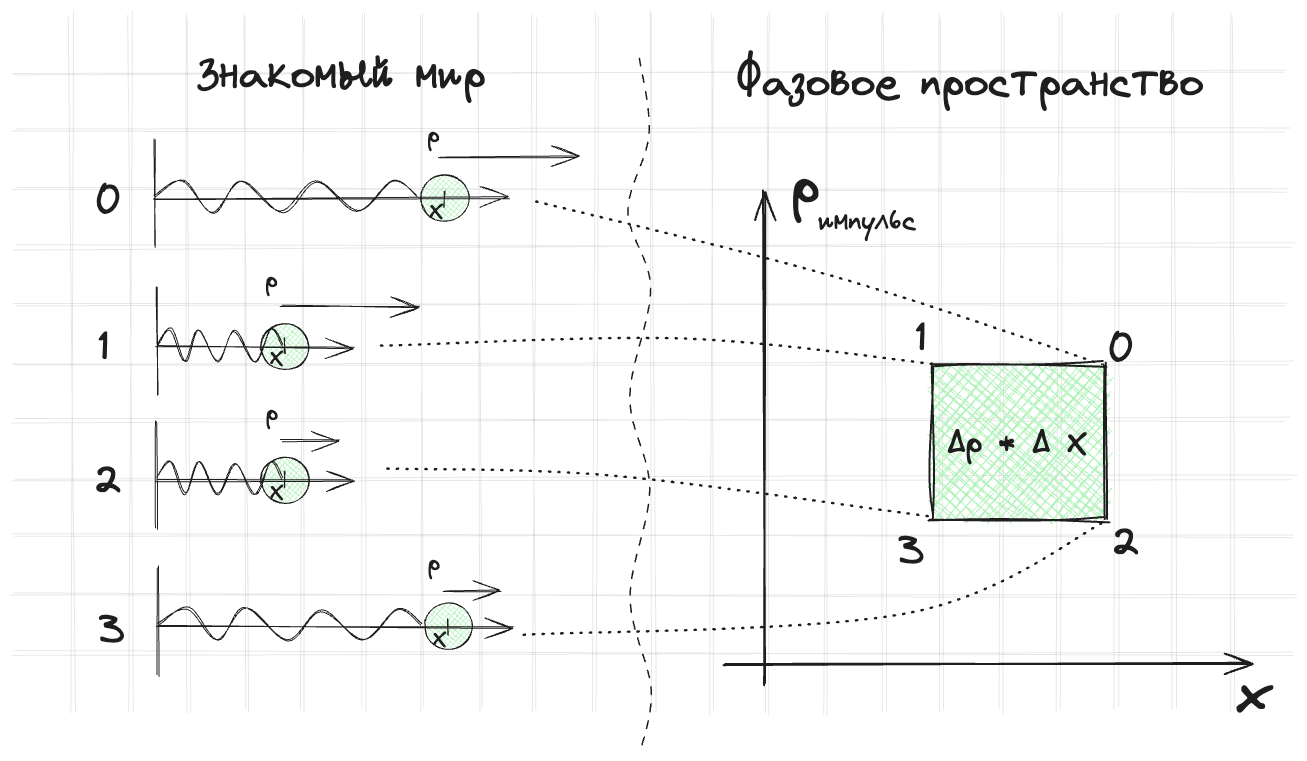
Above: assets/images/numerical_method/liouville.excalidraw.png in kozakromch/game_physics_2 (Excalidraw), before the change. Source tidied: one line per element, renumbered; positions are measured from the earlier drawing's top-left corner, leaving out a move shared by most shapes.
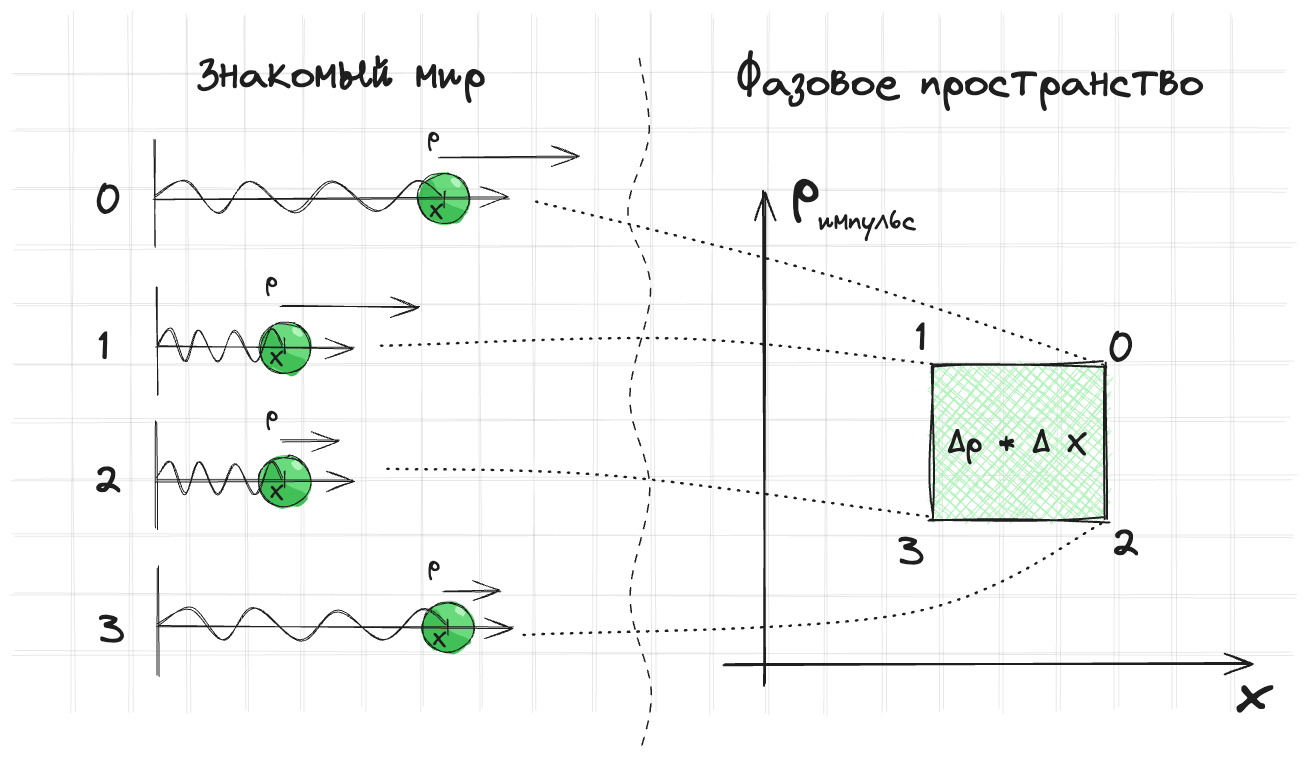
The same file after the commit.

Diff of the diagram source:
```diff
@@ -1,20 +1,24 @@
+{"id": 86, "type": "ellipse", "strokeColor": "transparent", "angle": 4.84, "backgroundColor": "#69db7c", "fillStyle": "solid", "strokeWidth": 1, "roughness": 1, "x": 695, "y": 123, "width": 52, "height": 52}
+{"id": 87, "type": "line", "strokeColor": "transparent", "angle": 0.53, "backgroundColor": "#40c057", "fillStyle": "solid", "strokeWidth": 1, "roughness": 1, "round": true, "x": 714, "y": 173, "width": 51, "height": 35, "points": [[0, 0], [-9, -2], [-15, -7], [-20, -15], [-22, -26], [-17, -35], [3, -21], [26, -25], [29, -22], [26, -13], [21, -6], [12, -1], [0, 0]]}
+{"id": 88, "type": "ellipse", "strokeColor": "transparent", "angle": 0.7, "backgroundColor": "#b2f2bb", "fillStyle": "solid", "strokeWidth": 1, "roughness": 1, "round": true, "x": 727, "y": 130, "width": 12, "height": 7}
+{"id": 89, "type": "ellipse", "strokeColor": "#1e1e1e", "strokeWidth": 1, "roughness": 1, "round": true, "x": 694, "y": 124, "width": 52, "height": 50}
 {"id": 0, "type": "line", "strokeColor": "#1e1e1e", "strokeWidth": 1, "roughness": 2, "opacity": 10, "round": true, "x": 290, "y": 24, "width": 1272, "height": 0, "points": [[0, 0], [1272, 0]]}
 {"id": 1, "type": "line", "strokeColor": "#1e1e1e", "strokeWidth": 1, "roughness": 2, "opacity": 10, "round": true, "x": 290, "y": 372, "width": 1272, "height": 0, "points": [[0, 0], [1272, 0]]}
 {"id": 2, "type": "line", "strokeColor": "#1e1e1e", "strokeWidth": 1, "roughness": 2, "opacity": 10, "round": true, "x": 290, "y": 81, "width": 1275, "height": 0, "points": [[0, 0], [1275, 0]]}
 {"id": 3, "type": "line", "strokeColor": "#1e1e1e", "strokeWidth": 1, "roughness": 2, "opacity": 10, "round": true, "x": 290, "y": 430, "width": 1280, "height": 0, "points": [[0, 0], [1280, 0]]}
 {"id": 4, "type": "line", "strokeColor": "#1e1e1e", "strokeWidth": 1, "roughness": 2, "opacity": 10, "round": true, "x": 290, "y": 140, "width": 1273, "height": 0, "points": [[0, 0], [1273, 0]]}
-{"id": 5, "type": "line", "strokeColor": "#1e1e1e", "strokeWidth": 1, "roughness": 2, "opacity": 10, "round": true, "x": 290, "y": 488, "width": 1278, "height": 0, "points": [[0, 0], [1278, 0]]}
+{"id": 5, "type": "line", "strokeColor": "#1e1e1e", "strokeWidth": 1, "roughness": 2, "opacity": 10, "round": true, "x": 290, "y": 487, "width": 1278, "height": 0, "points": [[0, 0], [1278, 0]]}
 {"id": 6, "type": "line", "strokeColor": "#1e1e1e", "strokeWidth": 1, "roughness": 2, "opacity": 10, "round": true, "x": 290, "y": 197, "width": 1280, "height": 0, "points": [[0, 0], [1280, 0]]}
 {"id": 7, "type": "line", "strokeColor": "#1e1e1e", "strokeWidth": 1, "roughness": 2, "opacity": 10, "round": true, "x": 289, "y": 545, "width": 1282, "height": 0, "points": [[0, 0], [1282, 0]]}
 {"id": 8, "type": "line", "strokeColor": "#1e1e1e", "strokeWidth": 1, "roughness": 2, "opacity": 10, "round": true, "x": 290, "y": 256, "width": 1271, "height": 0, "points": [[0, 0], [1271, 0]]}
-{"id": 9, "type": "line", "strokeColor": "#1e1e1e", "strokeWidth": 1, "roughness": 2, "opacity": 10, "round": true, "x": 290, "y": 604, "width": 1279, "height": 0, "points": [[0, 0], [1279, 0]]}
+{"id": 9, "type": "line", "strokeColor": "#1e1e1e", "strokeWidth": 1, "roughness": 2, "opacity": 10, "round": true, "x": 290, "y": 603, "width": 1279, "height": 0, "points": [[0, 0], [1279, 0]]}
 {"id": 10, "type": "line", "strokeColor": "#1e1e1e", "strokeWidth": 1, "roughness": 2, "opacity": 10, "round": true, "x": 291, "y": 313, "width": 1277, "height": 0, "points": [[0, 0], [1277, 0]]}
 {"id": 11, "type": "line", "strokeColor": "#1e1e1e", "angle": 1.57, "strokeWidth": 1, "roughness": 2, "opacity": 10, "round": true, "x": 581, "y": 312, "width": 696, "height": 0, "points": [[0, 0], [696, 0]]}
 {"id": 12, "type": "line", "strokeColor": "#1e1e1e", "angle": 1.57, "strokeWidth": 1, "roughness": 2, "opacity": 10, "round": true, "x": 233, "y": 313, "width": 696, "height": 0, "points": [[0, 0], [696, 0]]}
 {"id": 13, "type": "line", "strokeColor": "#1e1e1e", "angle": 1.57, "strokeWidth": 1, "roughness": 2, "opacity": 10, "round": true, "x": 523, "y": 313, "width": 697, "height": 0, "points": [[0, 0], [697, 0]]}
 {"id": 14, "type": "line", "strokeColor": "#1e1e1e", "angle": 1.57, "strokeWidth": 1, "roughness": 2, "opacity": 10, "round": true, "x": 174, "y": 313, "width": 697, "height": 0, "points": [[0, 0], [697, 0]]}
 {"id": 15, "type": "line", "strokeColor": "#1e1e1e", "angle": 1.57, "strokeWidth": 1, "roughness": 2, "opacity": 10, "round": true, "x": 465, "y": 313, "width": 697, "height": 0, "points": [[0, 0], [697, 0]]}
-{"id": 16, "type": "line", "strokeColor": "#1e1e1e", "angle": 1.57, "strokeWidth": 1, "roughness": 2, "opacity": 10, "round": true, "x": 116, "y": 314, "width": 697, "height": 0, "points": [[0, 0], [697, 0]]}
+{"id": 16, "type": "line", "strokeColor": "#1e1e1e", "angle": 1.57, "strokeWidth": 1, "roughness": 2, "opacity": 10, "round": true, "x": 116, "y": 313, "width": 697, "height": 0, "points": [[0, 0], [697, 0]]}
 {"id": 17, "type": "line", "strokeColor": "#1e1e1e", "angle": 1.57, "strokeWidth": 1, "roughness": 2, "opacity": 10, "round": true, "x": 406, "y": 313, "width": 697, "height": 0, "points": [[0, 0], [697, 0]]}
 {"id": 18, "type": "line", "strokeColor": "#1e1e1e", "angle": 1.57, "strokeWidth": 1, "roughness": 2, "opacity": 10, "round": true, "x": 58, "y": 313, "width": 697, "height": 0, "points": [[0, 0], [697, 0]]}
 {"id": 19, "type": "line", "strokeColor": "#1e1e1e", "angle": 1.57, "strokeWidth": 1, "roughness": 2, "opacity": 10, "round": true, "x": 349, "y": 313, "width": 697, "height": 0, "points": [[0, 0], [697, 0]]}
@@ -22,11 +26,11 @@
 {"id": 21, "type": "line", "strokeColor": "#1e1e1e", "angle": 1.57, "strokeWidth": 1, "roughness": 2, "opacity": 10, "round": true, "x": 290, "y": 313, "width": 696, "height": 0, "points": [[0, 0], [696, 0]]}
 {"id": 22, "type": "line", "strokeColor": "#1e1e1e", "angle": 1.57, "strokeWidth": 1, "roughness": 2, "opacity": 10, "round": true, "x": 639, "y": 313, "width": 697, "height": 0, "points": [[0, 0], [697, 0]]}
 {"id": 23, "type": "line", "strokeColor": "#1e1e1e", "angle": 1.57, "strokeWidth": 1, "roughness": 2, "opacity": 10, "round": true, "x": 929, "y": 314, "width": 696, "height": 0, "points": [[0, 0], [696, 0]]}
-{"id": 24, "type": "line", "strokeColor": "#1e1e1e", "angle": 1.57, "strokeWidth": 1, "roughness": 2, "opacity": 10, "round": true, "x": 871, "y": 314, "width": 697, "height": 0, "points": [[0, 0], [697, 0]]}
+{"id": 24, "type": "line", "strokeColor": "#1e1e1e", "angle": 1.57, "strokeWidth": 1, "roughness": 2, "opacity": 10, "round": true, "x": 871, "y": 313, "width": 697, "height": 0, "points": [[0, 0], [697, 0]]}
 {"id": 25, "type": "line", "strokeColor": "#1e1e1e", "angle": 1.57, "strokeWidth": 1, "roughness": 2, "opacity": 10, "round": true, "x": 1161, "y": 313, "width": 697, "height": 0, "points": [[0, 0], [697, 0]]}
 {"id": 26, "type": "line", "strokeColor": "#1e1e1e", "angle": 1.57, "strokeWidth": 1, "roughness": 2, "opacity": 10, "round": true, "x": 813, "y": 314, "width": 697, "height": 0, "points": [[0, 0], [697, 0]]}
 {"id": 27, "type": "line", "strokeColor": "#1e1e1e", "angle": 1.57, "strokeWidth": 1, "roughness": 2, "opacity": 10, "round": true, "x": 1103, "y": 313, "width": 697, "height": 0, "points": [[0, 0], [697, 0]]}
-{"id": 28, "type": "line", "strokeColor": "#1e1e1e", "angle": 1.57, "strokeWidth": 1, "roughness": 2, "opacity": 10, "round": true, "x": 755, "y": 314, "width": 697, "height": 0, "points": [[0, 0], [697, 0]]}
+{"id": 28, "type": "line", "strokeColor": "#1e1e1e", "angle": 1.57, "strokeWidth": 1, "roughness": 2, "opacity": 10, "round": true, "x": 755, "y": 313, "width": 697, "height": 0, "points": [[0, 0], [697, 0]]}
 {"id": 29, "type": "line", "strokeColor": "#1e1e1e", "angle": 1.57, "strokeWidth": 1, "roughness": 2, "opacity": 10, "round": true, "x": 1045, "y": 314, "width": 697, "height": 0, "points": [[0, 0], [697, 0]]}
 {"id": 30, "type": "line", "strokeColor": "#1e1e1e", "angle": 1.57, "strokeWidth": 1, "roughness": 2, "opacity": 10, "round": true, "x": 697, "y": 313, "width": 697, "height": 0, "points": [[0, 0], [697, 0]]}
 {"id": 31, "type": "line", "strokeColor": "#1e1e1e", "angle": 1.57, "strokeWidth": 1, "roughness": 2, "opacity": 10, "round": true, "x": 987, "y": 314, "width": 696, "height": 0, "points": [[0, 0], [696, 0]]}
@@ -38,15 +42,21 @@
 {"id": 37, "type": "line", "strokeColor": "#1e1e1e", "strokeWidth": 1, "strokeStyle": "dashed", "roughness": 1, "round": true, "x": 916, "y": 9, "width": 21, "height": 693, "points": [[0, 0], [11, 77], [-11, 154], [11, 231], [-11, 339], [9, 431], [-11, 539], [11, 631], [0, 693]]}
 {"id": 38, "type": "text", "text": "p", "strokeColor": "#1e1e1e", "strokeWidth": 2, "roughness": 1, "fontSize": 56.5, "fontFamily": 1, "x": 1069, "y": 102, "width": 28, "height": 71}
 {"id": 39, "type": "line", "strokeColor": "#1e1e1e", "angle": 4.71, "strokeWidth": 1, "roughness": 1, "round": true, "x": 377, "y": 144, "width": 108, "height": 0, "points": [[0, 0], [108, 0]]}
-{"id": 40, "type": "ellipse", "strokeColor": "#1e1e1e", "angle": 4.71, "backgroundColor": "#b2f2bb", "fillStyle": "cross-hatch", "strokeWidth": 1, "roughness": 1, "round": true, "x": 698, "y": 125, "width": 47, "height": 48}
-{"id": 41, "type": "line", "strokeColor": "#1e1e1e", "angle": 4.71, "strokeWidth": 1, "roughness": 1, "round": true, "x": 563, "y": 15, "width": 31, "height": 263, "points": [[0, 0], [16, 29], [-16, 58], [16, 88], [-16, 128], [14, 164], [-16, 204], [16, 239], [0, 263]]}
+{"id": 41, "type": "line", "strokeColor": "#1e1e1e", "angle": 4.71, "strokeWidth": 1, "roughness": 1, "round": true, "x": 575, "y": 3, "width": 31, "height": 288, "points": [[0, 0], [16, 32], [-16, 64], [16, 96], [-16, 141], [14, 179], [-16, 224], [16, 262], [0, 288]]}
+{"id": 90, "type": "ellipse", "strokeColor": "transparent", "angle": 4.84, "backgroundColor": "#69db7c", "fillStyle": "solid", "strokeWidth": 1, "roughness": 1, "x": 700, "y": 552, "width": 52, "height": 52}
+{"id": 91, "type": "line", "strokeColor": "transparent", "angle": 0.53, "backgroundColor": "#40c057", "fillStyle": "solid", "strokeWidth": 1, "roughness": 1, "round": true, "x": 718, "y": 602, "width": 51, "height": 35, "points": [[0, 0], [-9, -2], [-15, -7], [-20, -15], [-22, -26], [-17, -35], [3, -21], [26, -25], [29, -22], [26, -13], [21, -6], [12, -1], [0, 0]]}
+{"id": 92, "type": "ellipse", "strokeColor": "transparent", "angle": 0.7, "backgroundColor": "#b2f2bb", "fillStyle": "solid", "strokeWidth": 1, "roughness": 1, "round": true, "x": 731, "y": 558, "width": 12, "height": 7}
+{"id": 93, "type": "ellipse", "strokeColor": "#1e1e1e", "strokeWidth": 1, "roughness": 1, "round": true, "x": 699, "y": 553, "width": 52, "height": 50}
 {"id": 42, "type": "arrow", "strokeColor": "#1e1e1e", "strokeWidth": 1, "roughness": 1, "endArrowhead": "arrow", "round": true, "x": 431, "y": 149, "width": 356, "height": 0, "points": [[0, 0], [356, 0]]}
 {"id": 43, "type": "line", "strokeColor": "#1e1e1e", "strokeWidth": 1, "roughness": 1, "round": true, "x": 721, "y": 142, "width": 0, "height": 16, "points": [[0, 0], [0, 16]]}
 {"id": 44, "type": "arrow", "strokeColor": "#1e1e1e", "strokeWidth": 1, "roughness": 1, "endArrowhead": "arrow", "round": true, "from": 45, "x": 716, "y": 107, "width": 139, "height": 0, "points": [[0, 0], [139, 0]]}
 {"id": 45, "type": "text", "text": "p", "strokeColor": "#1e1e1e", "strokeWidth": 2, "roughness": 1, "fontSize": 24.9, "fontFamily": 1, "x": 704, "y": 71, "width": 12, "height": 31}
 {"id": 46, "type": "text", "text": "X", "strokeColor": "#1e1e1e", "strokeWidth": 2, "roughness": 1, "fontSize": 22.84, "fontFamily": 1, "x": 706, "y": 148, "width": 14, "height": 29}
+{"id": 94, "type": "ellipse", "strokeColor": "transparent", "angle": 4.84, "backgroundColor": "#69db7c", "fillStyle": "solid", "strokeWidth": 1, "roughness": 1, "x": 537, "y": 273, "width": 52, "height": 52}
+{"id": 95, "type": "line", "strokeColor": "transparent", "angle": 0.53, "backgroundColor": "#40c057", "fillStyle": "solid", "strokeWidth": 1, "roughness": 1, "round": true, "x": 556, "y": 323, "width": 51, "height": 35, "points": [[0, 0], [-9, -2], [-15, -7], [-20, -15], [-22, -26], [-17, -35], [3, -21], [26, -25], [29, -22], [26, -13], [21, -6], [12, -1], [0, 0]]}
+{"id": 96, "type": "ellipse", "strokeColor": "transparent", "angle": 0.7, "backgroundColor": "#b2f2bb", "fillStyle": "solid", "strokeWidth": 1, "roughness": 1, "round": true, "x": 568, "y": 279, "width": 12, "height": 7}
+{"id": 97, "type": "ellipse", "strokeColor": "#1e1e1e", "strokeWidth": 1, "roughness": 1, "round": true, "x": 536, "y": 273, "width": 52, "height": 50}
 {"id": 47, "type": "line", "strokeColor": "#1e1e1e", "angle": 4.71, "strokeWidth": 1, "roughness": 1, "round": true, "x": 380, "y": 292, "width": 108, "height": 0, "points": [[0, 0], [108, 0]]}
-{"id": 48, "type": "ellipse", "strokeColor": "#1e1e1e", "angle": 4.71, "backgroundColor": "#b2f2bb", "fillStyle": "cross-hatch", "strokeWidth": 1, "roughness": 1, "round": true, "x": 538, "y": 273, "width": 47, "height": 48}
 {"id": 49, "type": "line", "strokeColor": "#1e1e1e", "angle": 4.71, "strokeWidth": 1, "roughness": 1, "round": true, "x": 496, "y": 232, "width": 32, "height": 126, "points": [[0, 0], [16, 14], [-16, 28], [16, 42], [-16, 62], [14, 78], [-16, 98], [16, 115], [0, 126]]}
 {"id": 50, "type": "arrow", "strokeColor": "#1e1e1e", "strokeWidth": 1, "roughness": 1, "endArrowhead": "arrow", "round": true, "x": 433, "y": 298, "width": 197, "height": 0, "points": [[0, 0], [197, 0]]}
 {"id": 51, "type": "line", "strokeColor": "#1e1e1e", "strokeWidth": 1, "roughness": 1, "round": true, "x": 561, "y": 288, "width": 0, "height": 16, "points": [[0, 0], [0, 16]]}
@@ -60,8 +70,11 @@
 {"id": 59, "type": "line", "strokeColor": "#1e1e1e", "strokeWidth": 2, "strokeStyle": "dotted", "roughness": 2, "round": true, "x": 801, "y": 584, "width": 582, "height": 112, "points": [[0, 0], [384, -22], [582, -112]]}
 {"id": 60, "type": "rectangle", "strokeColor": "#1e1e1e", "backgroundColor": "#b2f2bb", "fillStyle": "cross-hatch", "strokeWidth": 2, "roughness": 2, "x": 1208, "y": 316, "width": 174, "height": 154}
 {"id": 61, "type": "arrow", "strokeColor": "#1e1e1e", "strokeWidth": 1, "roughness": 1, "endArrowhead": "arrow", "round": true, "from": 52, "x": 557, "y": 258, "width": 139, "height": 0, "points": [[0, 0], [139, 0]]}
+{"id": 98, "type": "ellipse", "strokeColor": "transparent", "angle": 4.84, "backgroundColor": "#69db7c", "fillStyle": "solid", "strokeWidth": 1, "roughness": 1, "x": 536, "y": 406, "width": 52, "height": 52}
+{"id": 99, "type": "line", "strokeColor": "transparent", "angle": 0.53, "backgroundColor": "#40c057", "fillStyle": "solid", "strokeWidth": 1, "roughness": 1, "round": true, "x": 555, "y": 456, "width": 51, "height": 35, "points": [[0, 0], [-9, -2], [-15, -7], [-20, -15], [-22, -26], [-17, -35], [3, -21], [26, -25], [29, -22], [26, -13], [21, -6], [12, -1], [0, 0]]}
+{"id": 100, "type": "ellipse", "strokeColor": "transparent", "angle": 0.7, "backgroundColor": "#b2f2bb", "fillStyle": "solid", "strokeWidth": 1, "roughness": 1, "round": true, "x": 567, "y": 413, "width": 12, "height": 7}
+{"id": 101, "type": "ellipse", "strokeColor": "#1e1e1e", "strokeWidth": 1, "roughness": 1, "round": true, "x": 535, "y": 407, "width": 52, "height": 50}
 {"id": 62, "type": "line", "strokeColor": "#1e1e1e", "angle": 4.71, "strokeWidth": 1, "roughness": 1, "round": true, "x": 380, "y": 425, "width": 108, "height": 0, "points": [[0, 0], [108, 0]]}
-{"id": 63, "type": "ellipse", "strokeColor": "#1e1e1e", "angle": 4.71, "backgroundColor": "#b2f2bb", "fillStyle": "cross-hatch", "strokeWidth": 1, "roughness": 1, "round": true, "x": 538, "y": 407, "width": 47, "height": 48}
 {"id": 64, "type": "line", "strokeColor": "#1e1e1e", "angle": 4.71, "strokeWidth": 1, "roughness": 1, "round": true, "x": 497, "y": 366, "width": 32, "height": 126, "points": [[0, 0], [16, 14], [-16, 28], [16, 42], [-16, 62], [14, 78], [-16, 98], [16, 115], [0, 126]]}
 {"id": 65, "type": "arrow", "strokeColor": "#1e1e1e", "strokeWidth": 1, "roughness": 1, "endArrowhead": "arrow", "round": true, "x": 433, "y": 431, "width": 197, "height": 0, "points": [[0, 0], [197, 0]]}
 {"id": 66, "type": "line", "strokeColor": "#1e1e1e", "strokeWidth": 1, "roughness": 1, "round": true, "x": 562, "y": 422, "width": 0, "height": 16, "points": [[0, 0], [0, 16]]}
@@ -70,8 +83,7 @@
 {"id": 69, "type": "text", "text": "2", "strokeColor": "#1e1e1e", "strokeWidth": 2, "roughness": 1, "fontSize": 39.36, "fontFamily": 1, "x": 370, "y": 408, "width": 28, "height": 49}
 {"id": 70, "type": "arrow", "strokeColor": "#1e1e1e", "strokeWidth": 1, "roughness": 1, "endArrowhead": "arrow", "round": true, "from": 67, "x": 558, "y": 391, "width": 58, "height": 0, "points": [[0, 0], [58, 0]]}
 {"id": 71, "type": "line", "strokeColor": "#1e1e1e", "angle": 4.71, "strokeWidth": 1, "roughness": 1, "round": true, "x": 381, "y": 572, "width": 108, "height": 0, "points": [[0, 0], [108, 0]]}
-{"id": 72, "type": "ellipse", "strokeColor": "#1e1e1e", "angle": 4.71, "backgroundColor": "#b2f2bb", "fillStyle": "cross-hatch", "strokeWidth": 1, "roughness": 1, "round": true, "x": 702, "y": 553, "width": 47, "height": 48}
-{"id": 73, "type": "line", "strokeColor": "#1e1e1e", "angle": 4.71, "strokeWidth": 1, "roughness": 1, "round": true, "x": 566, "y": 443, "width": 31, "height": 263, "points": [[0, 0], [16, 29], [-16, 58], [16, 88], [-16, 128], [14, 164], [-16, 204], [16, 239], [0, 263]]}
+{"id": 73, "type": "line", "strokeColor": "#1e1e1e", "angle": 4.71, "strokeWidth": 1, "roughness": 1, "round": true, "x": 579, "y": 430, "width": 31, "height": 289, "points": [[0, 0], [16, 32], [-16, 64], [16, 96], [-16, 141], [14, 180], [-16, 225], [16, 263], [0, 289]]}
 {"id": 74, "type": "arrow", "strokeColor": "#1e1e1e", "strokeWidth": 1, "roughness": 1, "endArrowhead": "arrow", "round": true, "x": 434, "y": 577, "width": 356, "height": 0, "points": [[0, 0], [356, 0]]}
 {"id": 75, "type": "line", "strokeColor": "#1e1e1e", "strokeWidth": 1, "roughness": 1, "round": true, "x": 724, "y": 570, "width": 0, "height": 16, "points": [[0, 0], [0, 16]]}
 {"id": 76, "type": "text", "text": "X", "strokeColor": "#1e1e1e", "strokeWidth": 2, "roughness": 1, "fontSize": 22.84, "fontFamily": 1, "x": 710, "y": 576, "width": 14, "height": 29}
```
